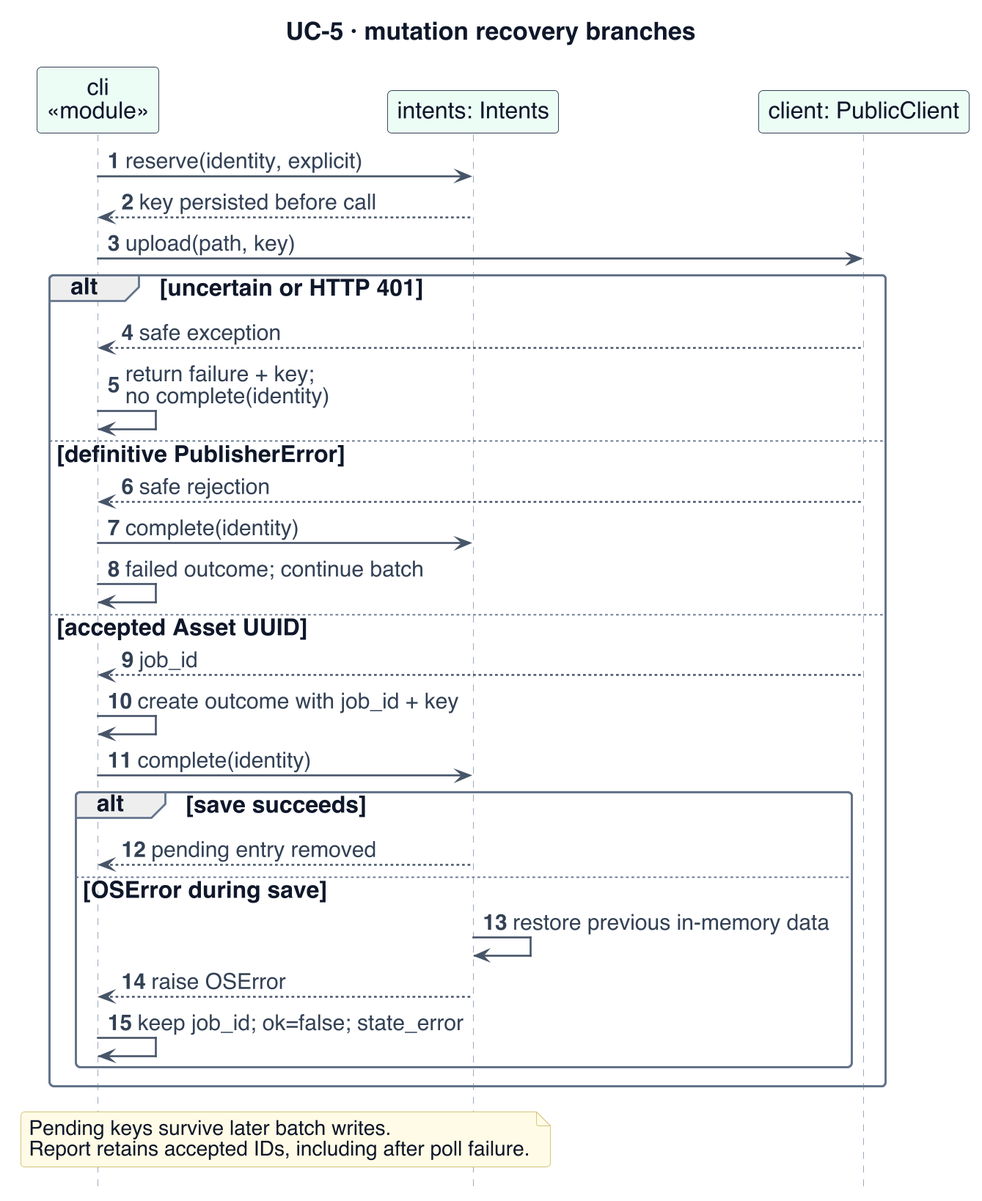
This is project-documentation/final-report/figures/uc5-design-exceptions.png from Collaboration95/dc2, a PlantUML export, as it was before one commit. Its diagram source:
```plantuml
@startuml
!include _style.iuml
skinparam dpi 180
skinparam BackgroundColor white
skinparam defaultFontSize 17
skinparam ArrowFontSize 16
skinparam ClassAttributeFontSize 16
skinparam ClassStereotypeFontSize 14
skinparam NoteFontSize 15
skinparam classAttributeIconSize 0
skinparam nodesep 22
skinparam ranksep 24
hide footbox
autonumber
skinparam maxMessageSize 240
skinparam sequenceParticipantPadding 8
title UC-5 · mutation recovery branches
participant "cli\n«module»" as C $CLIENT
participant "intents: Intents" as I $CLIENT
participant "client: PublicClient" as P $CLIENT
C -> I : reserve(identity, explicit)
I --> C : key persisted before call
C -> P : upload(path, key)
alt uncertain or HTTP 401
 P --> C : safe exception
 C -> C : return failure + key;\nno complete(identity)
else definitive PublisherError
 P --> C : safe rejection
 C -> I : complete(identity)
 C -> C : failed outcome; continue batch
else accepted Asset UUID
 P --> C : job_id
 C -> C : create outcome with job_id + key
 C -> I : complete(identity)
 alt save succeeds
  I --> C : pending entry removed
 else OSError during save
  I -> I : restore previous in-memory data
  I --> C : raise OSError
  C -> C : keep job_id; ok=false; state_error
 end

end
note over C,I : Pending keys survive later batch writes.\nReport retains accepted IDs, including after poll failure.
@enduml
```
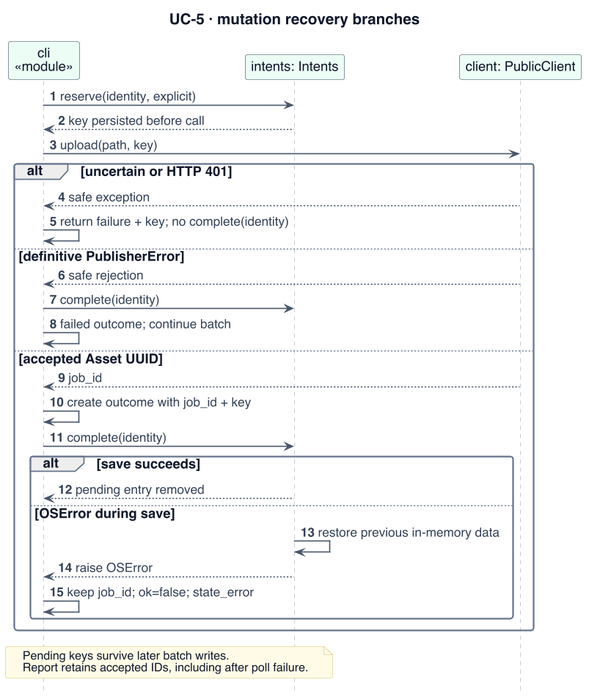
Later version of the same file.

Diff of the diagram source:
```diff
@@ -1,18 +1,17 @@
 @startuml
 !include _style.iuml
-skinparam dpi 180
 skinparam BackgroundColor white
-skinparam defaultFontSize 17
-skinparam ArrowFontSize 16
-skinparam ClassAttributeFontSize 16
-skinparam ClassStereotypeFontSize 14
-skinparam NoteFontSize 15
+skinparam defaultFontSize 16
+skinparam ArrowFontSize 15
+skinparam ClassAttributeFontSize 15
+skinparam ClassStereotypeFontSize 13
+skinparam NoteFontSize 14
 skinparam classAttributeIconSize 0
-skinparam nodesep 22
-skinparam ranksep 24
+skinparam nodesep 20
+skinparam ranksep 22
 hide footbox
 autonumber
-skinparam maxMessageSize 240
+skinparam maxMessageSize 400
 skinparam sequenceParticipantPadding 8
 title UC-5 · mutation recovery branches
 participant "cli\n«module»" as C $CLIENT
@@ -23,7 +22,7 @@
 C -> P : upload(path, key)
 alt uncertain or HTTP 401
  P --> C : safe exception
- C -> C : return failure + key;\nno complete(identity)
+ C -> C : return failure + key; no complete(identity)
 else definitive PublisherError
  P --> C : safe rejection
  C -> I : complete(identity)
```
